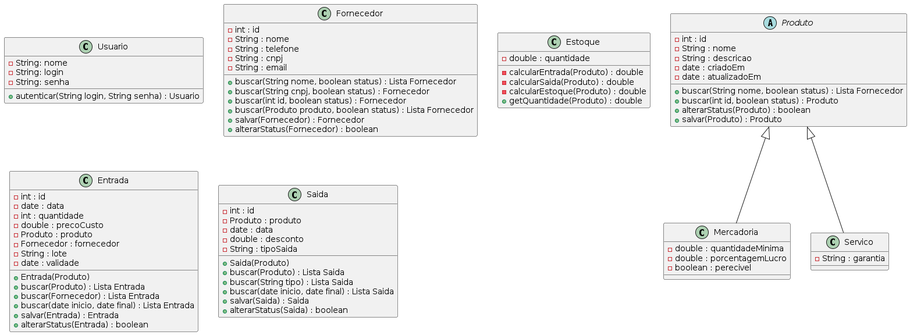
The PlantUML diagram documentos/diagClasses01.png in lucasljf/erp, before a commit. Source of this version:
```plantuml
@startuml

class Usuario {
    - String: nome
    - String: login
    - String: senha
    + autenticar(String login, String senha) : Usuario
}

class Fornecedor {
    - int : id
    - String : nome
    - String : telefone
    - String : cnpj
    - String : email
    + buscar(String nome, boolean status) : Lista Fornecedor
    + buscar(String cnpj, boolean status) : Fornecedor
    + buscar(int id, boolean status) : Fornecedor
    + buscar(Produto produto, boolean status) : Lista Fornecedor
    + salvar(Fornecedor) : Fornecedor
    + alterarStatus(Fornecedor) : boolean
}

class Estoque {
    - double : quantidade
    - calcularEntrada(Produto) : double
    - calcularSaida(Produto) : double
    - calcularEstoque(Produto) : double
    + getQuantidade(Produto) : double
}

class Entrada {
    - int : id
    - date : data
    - int : quantidade
    - double : precoCusto
    - Produto : produto
    - Fornecedor : fornecedor
    - String : lote
    - date : validade
    + Entrada(Produto)
    + buscar(Produto) : Lista Entrada
    + buscar(Fornecedor) : Lista Entrada
    + buscar(date inicio, date final) : Lista Entrada
    + salvar(Entrada) : Entrada
    + alterarStatus(Entrada) : boolean

}


class Saida {
    - int : id
    - Produto : produto
    - date : data
    - double : desconto
    - String : tipoSaida
    + Saida(Produto)
    + buscar(Produto) : Lista Saida
    + buscar(String tipo) : Lista Saida
    + buscar(date inicio, date final) : Lista Saida
    + salvar(Saida) : Saida
    + alterarStatus(Saida) : boolean

}

abstract class Produto {
    - int : id
    - String : nome
    - String : descricao
    - date : criadoEm
    - date : atualizadoEm
    + buscar(String nome, boolean status) : Lista Fornecedor
    + buscar(int id, boolean status) : Produto
    + alterarStatus(Produto) : boolean
    + salvar(Produto) : Produto
}

class Mercadoria extends Produto {
    - double : quantidadeMinima
    - double : porcentagemLucro
    - boolean : perecivel
}

class Servico extends Produto {
    - String : garantia
}

@enduml
```
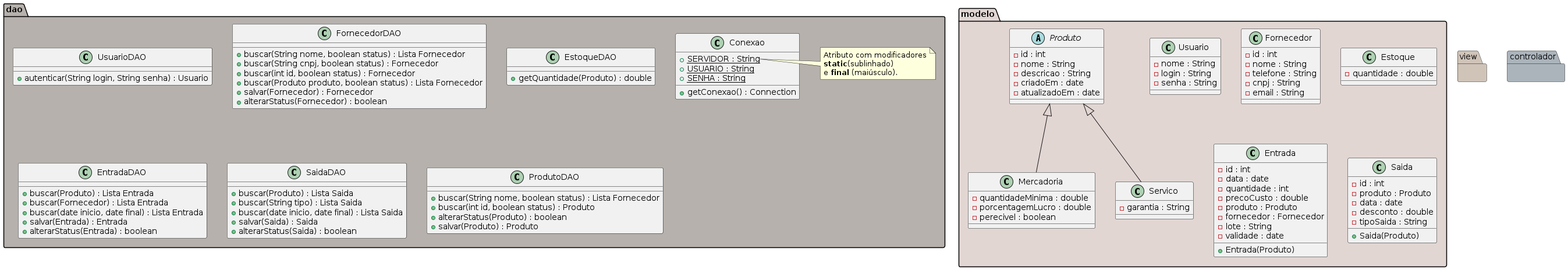
Above is the later version.

Commit message:
Atualização do diagrama de classes

Criação dos pacotes e classes DAO.

The edit, as a diff of the source:
```diff
@@ -1,88 +1,124 @@
 @startuml
 
-class Usuario {
-    - String: nome
-    - String: login
-    - String: senha
-    + autenticar(String login, String senha) : Usuario
+package modelo #e2d6d3 {
+    class Usuario {
+        - nome : String
+        - login : String
+        - senha : String
+    }
+
+    class Fornecedor {
+        - id : int
+        - nome : String
+        - telefone : String
+        - cnpj : String
+        - email : String
+    }
+
+    class Estoque {
+        - quantidade : double
+    }
+
+    class Entrada {
+        - id : int
+        - data : date
+        - quantidade : int
+        - precoCusto : double
+        - produto : Produto
+        - fornecedor : Fornecedor
+        - lote : String
+        - validade : date
+        + Entrada(Produto)
+    }
+
+
+    class Saida {
+        - id : int
+        - produto : Produto
+        - data : date
+        - desconto : double
+        - tipoSaida : String
+        + Saida(Produto)
+    }
+
+    abstract class Produto {
+        - id : int
+        - nome : String
+        - descricao : String
+        - criadoEm : date
+        - atualizadoEm : date
+    }
+
+    class Mercadoria extends Produto {
+        - quantidadeMinima : double
+        - porcentagemLucro : double
+        - perecivel : boolean
+    }
+
+    class Servico extends Produto {
+        - garantia : String
+    }
 }
 
-class Fornecedor {
-    - int : id
-    - String : nome
-    - String : telefone
-    - String : cnpj
-    - String : email
-    + buscar(String nome, boolean status) : Lista Fornecedor
-    + buscar(String cnpj, boolean status) : Fornecedor
-    + buscar(int id, boolean status) : Fornecedor
-    + buscar(Produto produto, boolean status) : Lista Fornecedor
-    + salvar(Fornecedor) : Fornecedor
-    + alterarStatus(Fornecedor) : boolean
+package dao #b6b1ac {
+    class Conexao {
+        + {static} SERVIDOR : String
+        + {static} USUARIO : String
+        + {static} SENHA : String
+        + getConexao() : Connection
+    }
+
+    note right of Conexao::SERVIDOR
+      Atributo com modificadores
+      **static**(sublinhado)
+      e **final** (maiúsculo).
+    end note
+
+    class UsuarioDAO {
+        + autenticar(String login, String senha) : Usuario
+    }
+
+    class FornecedorDAO {
+        + buscar(String nome, boolean status) : Lista Fornecedor
+        + buscar(String cnpj, boolean status) : Fornecedor
+        + buscar(int id, boolean status) : Fornecedor
+        + buscar(Produto produto, boolean status) : Lista Fornecedor
+        + salvar(Fornecedor) : Fornecedor
+        + alterarStatus(Fornecedor) : boolean
+    }
+
+    class EstoqueDAO {
+        + getQuantidade(Produto) : double
+    }
+
+    class EntradaDAO {
+        + buscar(Produto) : Lista Entrada
+        + buscar(Fornecedor) : Lista Entrada
+        + buscar(date inicio, date final) : Lista Entrada
+        + salvar(Entrada) : Entrada
+        + alterarStatus(Entrada) : boolean
+    }
+
+    class SaidaDAO {
+        + buscar(Produto) : Lista Saida
+        + buscar(String tipo) : Lista Saida
+        + buscar(date inicio, date final) : Lista Saida
+        + salvar(Saida) : Saida
+        + alterarStatus(Saida) : boolean
+    }
+
+    class ProdutoDAO {
+        + buscar(String nome, boolean status) : Lista Fornecedor
+        + buscar(int id, boolean status) : Produto
+        + alterarStatus(Produto) : boolean
+        + salvar(Produto) : Produto
+    }
 }
 
-class Estoque {
-    - double : quantidade
-    - calcularEntrada(Produto) : double
-    - calcularSaida(Produto) : double
-    - calcularEstoque(Produto) : double
-    + getQuantidade(Produto) : double
+package view #d0c4b9 {
 }
 
-class Entrada {
-    - int : id
-    - date : data
-    - int : quantidade
-    - double : precoCusto
-    - Produto : produto
-    - Fornecedor : fornecedor
-    - String : lote
-    - date : validade
-    + Entrada(Produto)
-    + buscar(Produto) : Lista Entrada
-    + buscar(Fornecedor) : Lista Entrada
-    + buscar(date inicio, date final) : Lista Entrada
-    + salvar(Entrada) : Entrada
-    + alterarStatus(Entrada) : boolean
-
-}
-
-
-class Saida {
-    - int : id
-    - Produto : produto
-    - date : data
-    - double : desconto
-    - String : tipoSaida
-    + Saida(Produto)
-    + buscar(Produto) : Lista Saida
-    + buscar(String tipo) : Lista Saida
-    + buscar(date inicio, date final) : Lista Saida
-    + salvar(Saida) : Saida
-    + alterarStatus(Saida) : boolean
-
-}
-
-abstract class Produto {
-    - int : id
-    - String : nome
-    - String : descricao
-    - date : criadoEm
-    - date : atualizadoEm
-    + buscar(String nome, boolean status) : Lista Fornecedor
-    + buscar(int id, boolean status) : Produto
-    + alterarStatus(Produto) : boolean
-    + salvar(Produto) : Produto
-}
-
-class Mercadoria extends Produto {
-    - double : quantidadeMinima
-    - double : porcentagemLucro
-    - boolean : perecivel
-}
-
-class Servico extends Produto {
-    - String : garantia
+package controlador #abb4bb {
 }
 
 @enduml
```
